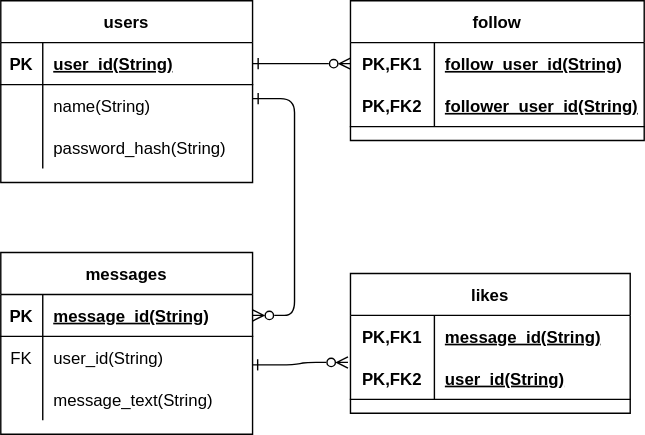
Above: docs/ER.svg in shinbunbun/sns (draw.io), before the change. Source tidied: cells renumbered, new cells last; positions are measured from the earlier drawing's top-left corner, leaving out a move shared by most shapes. The source it was exported from:
```xml
<mxGraphModel>
  <root>
    <mxCell id="0" />
    <mxCell id="1" parent="0" />
    <mxCell id="2" value="users" style="shape=table;startSize=30;rowLines=0;fontStyle=1;align=center;" parent="1" vertex="1">
      <mxGeometry width="180" height="130" as="geometry" />
    </mxCell>
    <mxCell id="3" style="shape=partialRectangle;fillColor=none;top=0;left=0;bottom=1;right=0;points=[[0,0.5],[1,0.5]];portConstraint=eastwest;" parent="2" vertex="1">
      <mxGeometry y="30" width="180" height="30" as="geometry" />
    </mxCell>
    <mxCell id="4" value="PK" style="shape=partialRectangle;fillColor=none;top=0;left=0;bottom=0;right=0;fontStyle=1;overflow=hidden;" parent="3" vertex="1">
      <mxGeometry width="30" height="30" as="geometry" />
    </mxCell>
    <mxCell id="5" value="user_id(String)" style="shape=partialRectangle;fillColor=none;top=0;left=0;bottom=0;right=0;align=left;spacingLeft=6;fontStyle=5;overflow=hidden;" parent="3" vertex="1">
      <mxGeometry x="30" width="150" height="30" as="geometry" />
    </mxCell>
    <mxCell id="6" style="shape=partialRectangle;fillColor=none;top=0;left=0;bottom=0;right=0;points=[[0,0.5],[1,0.5]];portConstraint=eastwest;" parent="2" vertex="1">
      <mxGeometry y="60" width="180" height="30" as="geometry" />
    </mxCell>
    <mxCell id="7" style="shape=partialRectangle;fillColor=none;top=0;left=0;bottom=0;right=0;overflow=hidden;" parent="6" vertex="1">
      <mxGeometry width="30" height="30" as="geometry" />
    </mxCell>
    <mxCell id="8" value="name(String)" style="shape=partialRectangle;fillColor=none;top=0;left=0;bottom=0;right=0;align=left;spacingLeft=6;overflow=hidden;" parent="6" vertex="1">
      <mxGeometry x="30" width="150" height="30" as="geometry" />
    </mxCell>
    <mxCell id="9" style="shape=partialRectangle;fillColor=none;top=0;left=0;bottom=0;right=0;" parent="2" vertex="1">
      <mxGeometry y="90" width="180" height="30" as="geometry" />
    </mxCell>
    <mxCell id="10" style="shape=partialRectangle;fillColor=none;top=0;left=0;bottom=0;right=0;overflow=hidden;" parent="9" vertex="1">
      <mxGeometry width="30" height="30" as="geometry" />
    </mxCell>
    <mxCell id="11" value="password_hash(String)" style="shape=partialRectangle;fillColor=none;top=0;left=0;bottom=0;right=0;align=left;spacingLeft=6;overflow=hidden;" parent="9" vertex="1">
      <mxGeometry x="30" width="150" height="30" as="geometry" />
    </mxCell>
    <mxCell id="12" style="edgeStyle=entityRelationEdgeStyle;fontSize=12;html=1;endArrow=ERzeroToMany;entryX=0;entryY=0.5;entryDx=0;entryDy=0;exitX=1;exitY=0.5;exitDx=0;exitDy=0;startArrow=ERone;startFill=0;endFill=0;" parent="1" edge="1" source="3" target="24">
      <mxGeometry relative="1" as="geometry" />
    </mxCell>
    <mxCell id="13" value="messages" style="shape=table;startSize=30;rowLines=0;fontStyle=1;align=center;" parent="1" vertex="1">
      <mxGeometry y="180" width="180" height="130" as="geometry" />
    </mxCell>
    <mxCell id="14" style="shape=partialRectangle;fillColor=none;top=0;left=0;bottom=1;right=0;points=[[0,0.5],[1,0.5]];portConstraint=eastwest;" parent="13" vertex="1">
      <mxGeometry y="30" width="180" height="30" as="geometry" />
    </mxCell>
    <mxCell id="15" value="PK" style="shape=partialRectangle;fillColor=none;top=0;left=0;bottom=0;right=0;fontStyle=1;overflow=hidden;" parent="14" vertex="1">
      <mxGeometry width="30" height="30" as="geometry" />
    </mxCell>
    <mxCell id="16" value="message_id(String)" style="shape=partialRectangle;fillColor=none;top=0;left=0;bottom=0;right=0;align=left;spacingLeft=6;fontStyle=5;overflow=hidden;" parent="14" vertex="1">
      <mxGeometry x="30" width="150" height="30" as="geometry" />
    </mxCell>
    <mxCell id="17" style="shape=partialRectangle;fillColor=none;top=0;left=0;bottom=0;right=0;points=[[0,0.5],[1,0.5]];portConstraint=eastwest;" parent="13" vertex="1">
      <mxGeometry y="60" width="180" height="30" as="geometry" />
    </mxCell>
    <mxCell id="18" value="FK" style="shape=partialRectangle;fillColor=none;top=0;left=0;bottom=0;right=0;overflow=hidden;" parent="17" vertex="1">
      <mxGeometry width="30" height="30" as="geometry" />
    </mxCell>
    <mxCell id="19" value="user_id(String)" style="shape=partialRectangle;fillColor=none;top=0;left=0;bottom=0;right=0;align=left;spacingLeft=6;overflow=hidden;" parent="17" vertex="1">
      <mxGeometry x="30" width="150" height="30" as="geometry" />
    </mxCell>
    <mxCell id="20" style="shape=partialRectangle;fillColor=none;top=0;left=0;bottom=0;right=0;" parent="13" vertex="1">
      <mxGeometry y="90" width="180" height="30" as="geometry" />
    </mxCell>
    <mxCell id="21" style="shape=partialRectangle;fillColor=none;top=0;left=0;bottom=0;right=0;overflow=hidden;" parent="20" vertex="1">
      <mxGeometry width="30" height="30" as="geometry" />
    </mxCell>
    <mxCell id="22" value="message_text(String)" style="shape=partialRectangle;fillColor=none;top=0;left=0;bottom=0;right=0;align=left;spacingLeft=6;overflow=hidden;" parent="20" vertex="1">
      <mxGeometry x="30" width="150" height="30" as="geometry" />
    </mxCell>
    <mxCell id="23" value="follow" style="shape=table;startSize=30;rowLines=0;fontStyle=1;align=center;" parent="1" vertex="1">
      <mxGeometry x="250" width="210" height="100" as="geometry" />
    </mxCell>
    <mxCell id="24" style="shape=partialRectangle;fillColor=none;top=0;left=0;bottom=0;right=0;points=[[0,0.5],[1,0.5]];portConstraint=eastwest;" parent="23" vertex="1">
      <mxGeometry y="30" width="210" height="30" as="geometry" />
    </mxCell>
    <mxCell id="25" value="PK,FK1" style="shape=partialRectangle;fillColor=none;top=0;left=0;bottom=0;right=0;fontStyle=1;overflow=hidden;" parent="24" vertex="1">
      <mxGeometry width="60" height="30" as="geometry" />
    </mxCell>
    <mxCell id="26" value="follow_user_id(String)" style="shape=partialRectangle;fillColor=none;top=0;left=0;bottom=0;right=0;align=left;spacingLeft=6;fontStyle=5;overflow=hidden;" parent="24" vertex="1">
      <mxGeometry x="60" width="150" height="30" as="geometry" />
    </mxCell>
    <mxCell id="27" style="shape=partialRectangle;fillColor=none;top=0;left=0;bottom=1;right=0;" parent="23" vertex="1">
      <mxGeometry y="60" width="210" height="30" as="geometry" />
    </mxCell>
    <mxCell id="28" value="PK,FK2" style="shape=partialRectangle;fillColor=none;top=0;left=0;bottom=0;right=0;fontStyle=1;overflow=hidden;" parent="27" vertex="1">
      <mxGeometry width="60" height="30" as="geometry" />
    </mxCell>
    <mxCell id="29" value="follower_user_id(String)" style="shape=partialRectangle;fillColor=none;top=0;left=0;bottom=0;right=0;align=left;spacingLeft=6;fontStyle=5;overflow=hidden;" parent="27" vertex="1">
      <mxGeometry x="60" width="150" height="30" as="geometry" />
    </mxCell>
    <mxCell id="30" value="likes" style="shape=table;startSize=30;rowLines=0;fontStyle=1;align=center;" parent="1" vertex="1">
      <mxGeometry x="250" y="195" width="200" height="100" as="geometry" />
    </mxCell>
    <mxCell id="31" style="shape=partialRectangle;fillColor=none;top=0;left=0;bottom=0;right=0;points=[[0,0.5],[1,0.5]];portConstraint=eastwest;" parent="30" vertex="1">
      <mxGeometry y="30" width="200" height="30" as="geometry" />
    </mxCell>
    <mxCell id="32" value="PK,FK1" style="shape=partialRectangle;fillColor=none;top=0;left=0;bottom=0;right=0;fontStyle=1;overflow=hidden;" parent="31" vertex="1">
      <mxGeometry width="60" height="30" as="geometry" />
    </mxCell>
    <mxCell id="33" value="message_id(String)" style="shape=partialRectangle;fillColor=none;top=0;left=0;bottom=0;right=0;align=left;spacingLeft=6;fontStyle=5;overflow=hidden;" parent="31" vertex="1">
      <mxGeometry x="60" width="140" height="30" as="geometry" />
    </mxCell>
    <mxCell id="34" style="shape=partialRectangle;fillColor=none;top=0;left=0;bottom=1;right=0;" parent="30" vertex="1">
      <mxGeometry y="60" width="200" height="30" as="geometry" />
    </mxCell>
    <mxCell id="35" value="PK,FK2" style="shape=partialRectangle;fillColor=none;top=0;left=0;bottom=0;right=0;fontStyle=1;overflow=hidden;" parent="34" vertex="1">
      <mxGeometry width="60" height="30" as="geometry" />
    </mxCell>
    <mxCell id="36" value="user_id(String)" style="shape=partialRectangle;fillColor=none;top=0;left=0;bottom=0;right=0;align=left;spacingLeft=6;fontStyle=5;overflow=hidden;" parent="34" vertex="1">
      <mxGeometry x="60" width="140" height="30" as="geometry" />
    </mxCell>
    <mxCell id="37" style="edgeStyle=entityRelationEdgeStyle;fontSize=12;html=1;endArrow=ERzeroToMany;entryX=-0.009;entryY=1.12;entryDx=0;entryDy=0;entryPerimeter=0;startArrow=ERone;startFill=0;endFill=0;exitX=0.998;exitY=0.678;exitDx=0;exitDy=0;exitPerimeter=0;" parent="1" edge="1" source="17" target="31">
      <mxGeometry relative="1" as="geometry" />
    </mxCell>
    <mxCell id="38" style="edgeStyle=entityRelationEdgeStyle;fontSize=12;html=1;endArrow=ERzeroToMany;entryX=1;entryY=0.5;entryDx=0;entryDy=0;exitX=1;exitY=0.333;exitDx=0;exitDy=0;exitPerimeter=0;endFill=0;startArrow=ERone;startFill=0;" parent="1" edge="1" source="6" target="14">
      <mxGeometry relative="1" as="geometry" />
    </mxCell>
  </root>
</mxGraphModel>
```
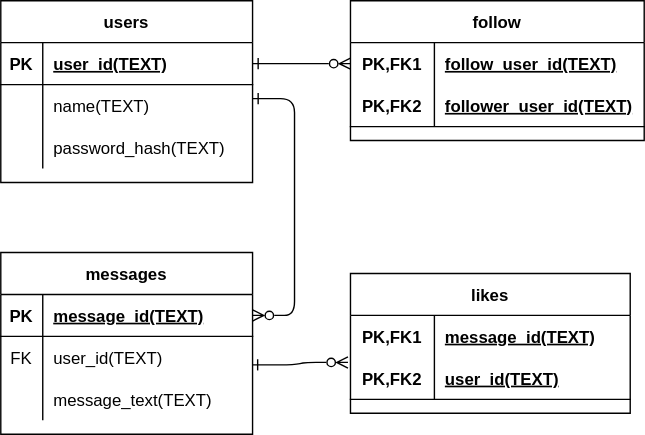
After the change.

Diff of the diagram source:
```diff
@@ -11,7 +11,7 @@
     <mxCell id="4" value="PK" style="shape=partialRectangle;fillColor=none;top=0;left=0;bottom=0;right=0;fontStyle=1;overflow=hidden;" parent="3" vertex="1">
       <mxGeometry width="30" height="30" as="geometry" />
     </mxCell>
-    <mxCell id="5" value="user_id(String)" style="shape=partialRectangle;fillColor=none;top=0;left=0;bottom=0;right=0;align=left;spacingLeft=6;fontStyle=5;overflow=hidden;" parent="3" vertex="1">
+    <mxCell id="5" value="user_id(TEXT)" style="shape=partialRectangle;fillColor=none;top=0;left=0;bottom=0;right=0;align=left;spacingLeft=6;fontStyle=5;overflow=hidden;" parent="3" vertex="1">
       <mxGeometry x="30" width="150" height="30" as="geometry" />
     </mxCell>
     <mxCell id="6" style="shape=partialRectangle;fillColor=none;top=0;left=0;bottom=0;right=0;points=[[0,0.5],[1,0.5]];portConstraint=eastwest;" parent="2" vertex="1">
@@ -20,7 +20,7 @@
     <mxCell id="7" style="shape=partialRectangle;fillColor=none;top=0;left=0;bottom=0;right=0;overflow=hidden;" parent="6" vertex="1">
       <mxGeometry width="30" height="30" as="geometry" />
     </mxCell>
-    <mxCell id="8" value="name(String)" style="shape=partialRectangle;fillColor=none;top=0;left=0;bottom=0;right=0;align=left;spacingLeft=6;overflow=hidden;" parent="6" vertex="1">
+    <mxCell id="8" value="name(TEXT)" style="shape=partialRectangle;fillColor=none;top=0;left=0;bottom=0;right=0;align=left;spacingLeft=6;overflow=hidden;" parent="6" vertex="1">
       <mxGeometry x="30" width="150" height="30" as="geometry" />
     </mxCell>
     <mxCell id="9" style="shape=partialRectangle;fillColor=none;top=0;left=0;bottom=0;right=0;" parent="2" vertex="1">
@@ -29,7 +29,7 @@
     <mxCell id="10" style="shape=partialRectangle;fillColor=none;top=0;left=0;bottom=0;right=0;overflow=hidden;" parent="9" vertex="1">
       <mxGeometry width="30" height="30" as="geometry" />
     </mxCell>
-    <mxCell id="11" value="password_hash(String)" style="shape=partialRectangle;fillColor=none;top=0;left=0;bottom=0;right=0;align=left;spacingLeft=6;overflow=hidden;" parent="9" vertex="1">
+    <mxCell id="11" value="password_hash(TEXT)" style="shape=partialRectangle;fillColor=none;top=0;left=0;bottom=0;right=0;align=left;spacingLeft=6;overflow=hidden;" parent="9" vertex="1">
       <mxGeometry x="30" width="150" height="30" as="geometry" />
     </mxCell>
     <mxCell id="12" style="edgeStyle=entityRelationEdgeStyle;fontSize=12;html=1;endArrow=ERzeroToMany;entryX=0;entryY=0.5;entryDx=0;entryDy=0;exitX=1;exitY=0.5;exitDx=0;exitDy=0;startArrow=ERone;startFill=0;endFill=0;" parent="1" edge="1" source="3" target="24">
@@ -44,7 +44,7 @@
     <mxCell id="15" value="PK" style="shape=partialRectangle;fillColor=none;top=0;left=0;bottom=0;right=0;fontStyle=1;overflow=hidden;" parent="14" vertex="1">
       <mxGeometry width="30" height="30" as="geometry" />
     </mxCell>
-    <mxCell id="16" value="message_id(String)" style="shape=partialRectangle;fillColor=none;top=0;left=0;bottom=0;right=0;align=left;spacingLeft=6;fontStyle=5;overflow=hidden;" parent="14" vertex="1">
+    <mxCell id="16" value="message_id(TEXT)" style="shape=partialRectangle;fillColor=none;top=0;left=0;bottom=0;right=0;align=left;spacingLeft=6;fontStyle=5;overflow=hidden;" parent="14" vertex="1">
       <mxGeometry x="30" width="150" height="30" as="geometry" />
     </mxCell>
     <mxCell id="17" style="shape=partialRectangle;fillColor=none;top=0;left=0;bottom=0;right=0;points=[[0,0.5],[1,0.5]];portConstraint=eastwest;" parent="13" vertex="1">
@@ -53,7 +53,7 @@
     <mxCell id="18" value="FK" style="shape=partialRectangle;fillColor=none;top=0;left=0;bottom=0;right=0;overflow=hidden;" parent="17" vertex="1">
       <mxGeometry width="30" height="30" as="geometry" />
     </mxCell>
-    <mxCell id="19" value="user_id(String)" style="shape=partialRectangle;fillColor=none;top=0;left=0;bottom=0;right=0;align=left;spacingLeft=6;overflow=hidden;" parent="17" vertex="1">
+    <mxCell id="19" value="user_id(TEXT)" style="shape=partialRectangle;fillColor=none;top=0;left=0;bottom=0;right=0;align=left;spacingLeft=6;overflow=hidden;" parent="17" vertex="1">
       <mxGeometry x="30" width="150" height="30" as="geometry" />
     </mxCell>
     <mxCell id="20" style="shape=partialRectangle;fillColor=none;top=0;left=0;bottom=0;right=0;" parent="13" vertex="1">
@@ -62,7 +62,7 @@
     <mxCell id="21" style="shape=partialRectangle;fillColor=none;top=0;left=0;bottom=0;right=0;overflow=hidden;" parent="20" vertex="1">
       <mxGeometry width="30" height="30" as="geometry" />
     </mxCell>
-    <mxCell id="22" value="message_text(String)" style="shape=partialRectangle;fillColor=none;top=0;left=0;bottom=0;right=0;align=left;spacingLeft=6;overflow=hidden;" parent="20" vertex="1">
+    <mxCell id="22" value="message_text(TEXT)" style="shape=partialRectangle;fillColor=none;top=0;left=0;bottom=0;right=0;align=left;spacingLeft=6;overflow=hidden;" parent="20" vertex="1">
       <mxGeometry x="30" width="150" height="30" as="geometry" />
     </mxCell>
     <mxCell id="23" value="follow" style="shape=table;startSize=30;rowLines=0;fontStyle=1;align=center;" parent="1" vertex="1">
@@ -74,7 +74,7 @@
     <mxCell id="25" value="PK,FK1" style="shape=partialRectangle;fillColor=none;top=0;left=0;bottom=0;right=0;fontStyle=1;overflow=hidden;" parent="24" vertex="1">
       <mxGeometry width="60" height="30" as="geometry" />
     </mxCell>
-    <mxCell id="26" value="follow_user_id(String)" style="shape=partialRectangle;fillColor=none;top=0;left=0;bottom=0;right=0;align=left;spacingLeft=6;fontStyle=5;overflow=hidden;" parent="24" vertex="1">
+    <mxCell id="26" value="follow_user_id(TEXT)" style="shape=partialRectangle;fillColor=none;top=0;left=0;bottom=0;right=0;align=left;spacingLeft=6;fontStyle=5;overflow=hidden;" parent="24" vertex="1">
       <mxGeometry x="60" width="150" height="30" as="geometry" />
     </mxCell>
     <mxCell id="27" style="shape=partialRectangle;fillColor=none;top=0;left=0;bottom=1;right=0;" parent="23" vertex="1">
@@ -83,7 +83,7 @@
     <mxCell id="28" value="PK,FK2" style="shape=partialRectangle;fillColor=none;top=0;left=0;bottom=0;right=0;fontStyle=1;overflow=hidden;" parent="27" vertex="1">
       <mxGeometry width="60" height="30" as="geometry" />
     </mxCell>
-    <mxCell id="29" value="follower_user_id(String)" style="shape=partialRectangle;fillColor=none;top=0;left=0;bottom=0;right=0;align=left;spacingLeft=6;fontStyle=5;overflow=hidden;" parent="27" vertex="1">
+    <mxCell id="29" value="follower_user_id(TEXT)" style="shape=partialRectangle;fillColor=none;top=0;left=0;bottom=0;right=0;align=left;spacingLeft=6;fontStyle=5;overflow=hidden;" parent="27" vertex="1">
       <mxGeometry x="60" width="150" height="30" as="geometry" />
     </mxCell>
     <mxCell id="30" value="likes" style="shape=table;startSize=30;rowLines=0;fontStyle=1;align=center;" parent="1" vertex="1">
@@ -95,7 +95,7 @@
     <mxCell id="32" value="PK,FK1" style="shape=partialRectangle;fillColor=none;top=0;left=0;bottom=0;right=0;fontStyle=1;overflow=hidden;" parent="31" vertex="1">
       <mxGeometry width="60" height="30" as="geometry" />
     </mxCell>
-    <mxCell id="33" value="message_id(String)" style="shape=partialRectangle;fillColor=none;top=0;left=0;bottom=0;right=0;align=left;spacingLeft=6;fontStyle=5;overflow=hidden;" parent="31" vertex="1">
+    <mxCell id="33" value="message_id(TEXT)" style="shape=partialRectangle;fillColor=none;top=0;left=0;bottom=0;right=0;align=left;spacingLeft=6;fontStyle=5;overflow=hidden;" parent="31" vertex="1">
       <mxGeometry x="60" width="140" height="30" as="geometry" />
     </mxCell>
     <mxCell id="34" style="shape=partialRectangle;fillColor=none;top=0;left=0;bottom=1;right=0;" parent="30" vertex="1">
@@ -104,7 +104,7 @@
     <mxCell id="35" value="PK,FK2" style="shape=partialRectangle;fillColor=none;top=0;left=0;bottom=0;right=0;fontStyle=1;overflow=hidden;" parent="34" vertex="1">
       <mxGeometry width="60" height="30" as="geometry" />
     </mxCell>
-    <mxCell id="36" value="user_id(String)" style="shape=partialRectangle;fillColor=none;top=0;left=0;bottom=0;right=0;align=left;spacingLeft=6;fontStyle=5;overflow=hidden;" parent="34" vertex="1">
+    <mxCell id="36" value="user_id(TEXT)" style="shape=partialRectangle;fillColor=none;top=0;left=0;bottom=0;right=0;align=left;spacingLeft=6;fontStyle=5;overflow=hidden;" parent="34" vertex="1">
       <mxGeometry x="60" width="140" height="30" as="geometry" />
     </mxCell>
     <mxCell id="37" style="edgeStyle=entityRelationEdgeStyle;fontSize=12;html=1;endArrow=ERzeroToMany;entryX=-0.009;entryY=1.12;entryDx=0;entryDy=0;entryPerimeter=0;startArrow=ERone;startFill=0;endFill=0;exitX=0.998;exitY=0.678;exitDx=0;exitDy=0;exitPerimeter=0;" parent="1" edge="1" source="17" target="31">
```
